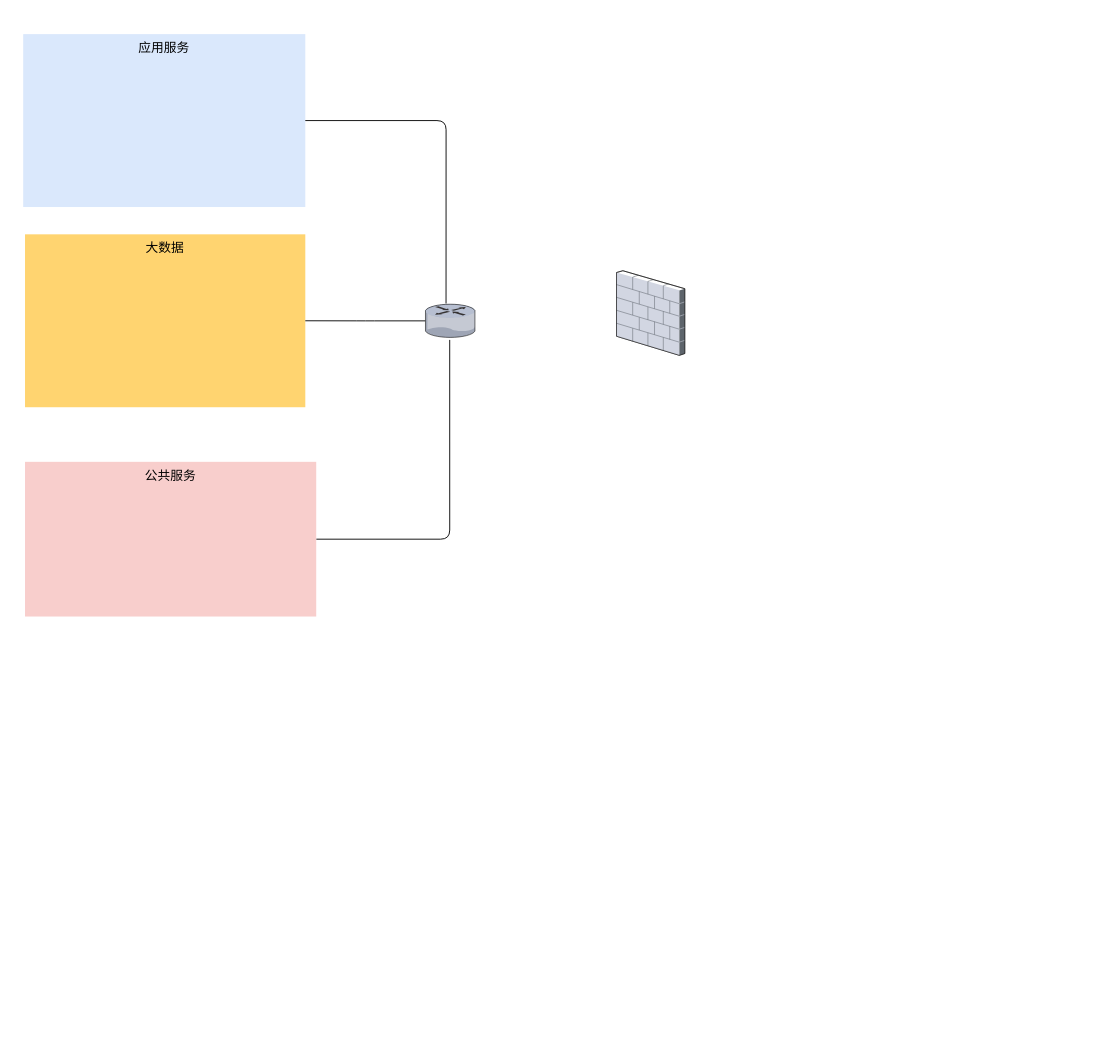
Before: flow/天仪服务器分布架构图.drawio in jijiajia19/draw.io.cache, a draw.io diagram. Source tidied: cells renumbered, new cells numbered last; positions are measured from the earlier drawing's top-left corner, leaving out a move shared by most shapes. Both pictures are drawn from the tidied source at 91%, with x=0, y=0 at pixel (23, 34). Pictures stored in the file or linked from it are replaced by grey dashed boxes.
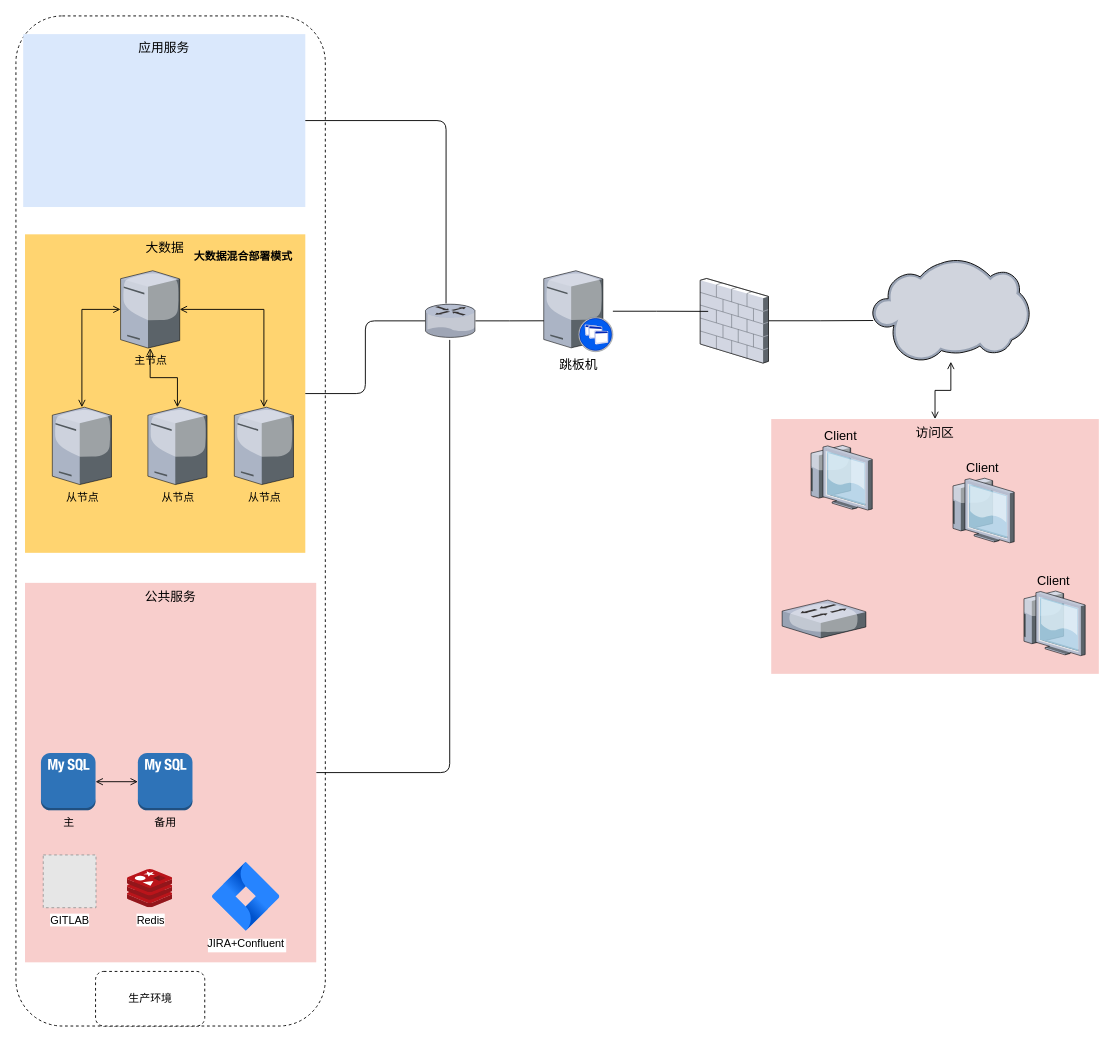
After the change.

Commit message (it also covers changes not shown here):
更新天仪服务器分布架构图.drawio

Unchanged cells that the change refers to:
```xml
<mxCell id="6" style="verticalLabelPosition=bottom;html=1;verticalAlign=top;strokeColor=none;shape=mxgraph.citrix.router;fillColor=#66B2FF;gradientColor=#0066CC;fontSize=14;" parent="1" vertex="1">
  <mxGeometry x="442" y="296.8" width="55" height="36.5" as="geometry" />
</mxCell>
```

The edit, as a diff of the source:
```diff
@@
+    <mxCell id="10" style="rounded=1;whiteSpace=wrap;html=1;dashed=1;" parent="1" vertex="1">
+      <mxGeometry x="-8" y="-20" width="340" height="1110" as="geometry" />
+    </mxCell>
     <mxCell id="2" value="大数据" style="whiteSpace=wrap;html=1;fillColor=#FFD470;gradientColor=none;fontSize=14;strokeColor=none;verticalAlign=top;" parent="1" vertex="1">
-      <mxGeometry x="2" y="220" width="308" height="190" as="geometry" />
+      <mxGeometry x="2" y="220" width="308" height="350" as="geometry" />
     </mxCell>
@@
+    <mxCell id="11" style="edgeStyle=orthogonalEdgeStyle;rounded=0;jettySize=auto;html=1;entryX=0.145;entryY=0.618;entryDx=0;entryDy=0;entryPerimeter=0;" parent="1" edge="1" source="6" target="14">
+      <mxGeometry relative="1" as="geometry" />
+    </mxCell>
@@
     <mxCell id="8" value="公共服务" style="whiteSpace=wrap;html=1;fillColor=#f8cecc;fontSize=14;strokeColor=none;verticalAlign=top;" parent="1" vertex="1">
-      <mxGeometry x="2" y="470" width="320" height="170" as="geometry" />
+      <mxGeometry x="2" y="603" width="320" height="417" as="geometry" />
     </mxCell>
+    <mxCell id="12" style="edgeStyle=orthogonalEdgeStyle;rounded=0;jettySize=auto;html=1;entryX=0.018;entryY=0.491;entryDx=0;entryDy=0;entryPerimeter=0;endArrow=none;endFill=0;" parent="1" edge="1" source="9">
+      <mxGeometry relative="1" as="geometry">
+        <mxPoint x="934" y="314.7" as="targetPoint" />
+      </mxGeometry>
+    </mxCell>
     <mxCell id="9" style="verticalLabelPosition=bottom;html=1;verticalAlign=top;strokeColor=none;shape=mxgraph.citrix.firewall;fillColor=#66B2FF;gradientColor=#0066CC;fontSize=14;" parent="1" vertex="1">
-      <mxGeometry x="652" y="260" width="75" height="93" as="geometry" />
+      <mxGeometry x="744" y="268.5" width="75" height="93" as="geometry" />
     </mxCell>
+    <mxCell id="13" style="edgeStyle=orthogonalEdgeStyle;rounded=0;jettySize=auto;html=1;entryX=0.116;entryY=0.389;entryDx=0;entryDy=0;entryPerimeter=0;endArrow=none;endFill=0;" parent="1" edge="1" source="14" target="9">
+      <mxGeometry relative="1" as="geometry" />
+    </mxCell>
+    <mxCell id="14" value="跳板机" style="verticalLabelPosition=bottom;html=1;verticalAlign=top;strokeColor=none;shape=mxgraph.citrix.xenapp_server;fillColor=#66B2FF;gradientColor=#0066CC;fontSize=14;" parent="1" vertex="1">
+      <mxGeometry x="572" y="260" width="76" height="89" as="geometry" />
+    </mxCell>
+    <mxCell id="15" value="访问区" style="whiteSpace=wrap;html=1;fillColor=#f8cecc;fontSize=14;strokeColor=none;verticalAlign=top;" parent="1" vertex="1">
+      <mxGeometry x="822" y="423" width="360" height="280" as="geometry" />
+    </mxCell>
+    <mxCell id="16" style="verticalLabelPosition=bottom;html=1;verticalAlign=top;strokeColor=none;shape=mxgraph.citrix.switch;fillColor=#66B2FF;gradientColor=#0066CC;fontSize=14;" parent="1" vertex="1">
+      <mxGeometry x="834" y="622" width="92" height="41.5" as="geometry" />
+    </mxCell>
+    <mxCell id="17" value="Client" style="verticalLabelPosition=top;html=1;verticalAlign=bottom;strokeColor=none;shape=mxgraph.citrix.thin_client;fillColor=#66B2FF;gradientColor=#0066CC;fontSize=14;labelPosition=center;align=center;" parent="1" vertex="1">
+      <mxGeometry x="1096" y="612" width="71" height="71" as="geometry" />
+    </mxCell>
+    <mxCell id="18" value="Client" style="verticalLabelPosition=top;html=1;verticalAlign=bottom;strokeColor=none;shape=mxgraph.citrix.thin_client;fillColor=#66B2FF;gradientColor=#0066CC;fontSize=14;labelPosition=center;align=center;" parent="1" vertex="1">
+      <mxGeometry x="1018" y="488" width="71" height="71" as="geometry" />
+    </mxCell>
+    <mxCell id="19" value="Client" style="verticalLabelPosition=top;html=1;verticalAlign=bottom;strokeColor=none;shape=mxgraph.citrix.thin_client;fillColor=#66B2FF;gradientColor=#0066CC;fontSize=14;labelPosition=center;align=center;" parent="1" vertex="1">
+      <mxGeometry x="862" y="452" width="71" height="71" as="geometry" />
+    </mxCell>
+    <mxCell id="20" style="edgeStyle=orthogonalEdgeStyle;rounded=0;jettySize=auto;html=1;startArrow=open;startFill=0;endArrow=open;endFill=0;" parent="1" edge="1" source="21" target="15">
+      <mxGeometry relative="1" as="geometry" />
+    </mxCell>
+    <mxCell id="21" style="verticalLabelPosition=bottom;sketch=0;html=1;verticalAlign=top;strokeColor=none;align=center;outlineConnect=0;shape=mxgraph.citrix.cloud;" parent="1" vertex="1">
+      <mxGeometry x="933" y="247.2" width="172.8" height="112.8" as="geometry" />
+    </mxCell>
+    <mxCell id="22" style="edgeStyle=orthogonalEdgeStyle;rounded=0;jettySize=auto;html=1;startArrow=open;startFill=0;endArrow=open;endFill=0;" parent="1" edge="1" source="25" target="26">
+      <mxGeometry relative="1" as="geometry" />
+    </mxCell>
+    <mxCell id="23" style="edgeStyle=orthogonalEdgeStyle;rounded=0;jettySize=auto;html=1;startArrow=open;startFill=0;endArrow=open;endFill=0;" parent="1" edge="1" source="25" target="27">
+      <mxGeometry relative="1" as="geometry" />
+    </mxCell>
+    <mxCell id="24" style="edgeStyle=orthogonalEdgeStyle;rounded=0;jettySize=auto;html=1;startArrow=open;startFill=0;endArrow=open;endFill=0;" parent="1" edge="1" source="25" target="28">
+      <mxGeometry relative="1" as="geometry" />
+    </mxCell>
+    <mxCell id="25" value="主节点" style="verticalLabelPosition=bottom;sketch=0;html=1;verticalAlign=top;strokeColor=none;align=center;outlineConnect=0;shape=mxgraph.citrix.tower_server;" parent="1" vertex="1">
+      <mxGeometry x="107" y="260" width="65" height="85" as="geometry" />
+    </mxCell>
+    <mxCell id="26" value="从节点" style="verticalLabelPosition=bottom;sketch=0;html=1;verticalAlign=top;strokeColor=none;align=center;outlineConnect=0;shape=mxgraph.citrix.tower_server;" parent="1" vertex="1">
+      <mxGeometry x="32" y="410" width="65" height="85" as="geometry" />
+    </mxCell>
+    <mxCell id="27" value="从节点" style="verticalLabelPosition=bottom;sketch=0;html=1;verticalAlign=top;strokeColor=none;align=center;outlineConnect=0;shape=mxgraph.citrix.tower_server;" parent="1" vertex="1">
+      <mxGeometry x="137" y="410" width="65" height="85" as="geometry" />
+    </mxCell>
+    <mxCell id="28" value="从节点" style="verticalLabelPosition=bottom;sketch=0;html=1;verticalAlign=top;strokeColor=none;align=center;outlineConnect=0;shape=mxgraph.citrix.tower_server;" parent="1" vertex="1">
+      <mxGeometry x="232" y="410" width="65" height="85" as="geometry" />
+    </mxCell>
+    <mxCell id="29" value="&lt;b&gt;大数据混合部署模式&lt;/b&gt;" style="text;html=1;strokeColor=none;fillColor=none;align=center;verticalAlign=middle;whiteSpace=wrap;rounded=0;" parent="1" vertex="1">
+      <mxGeometry x="182" y="230" width="120" height="30" as="geometry" />
+    </mxCell>
+    <mxCell id="30" value="生产环境" style="rounded=1;whiteSpace=wrap;html=1;dashed=1;" parent="1" vertex="1">
+      <mxGeometry x="79.5" y="1030" width="120" height="60" as="geometry" />
+    </mxCell>
+    <mxCell id="31" value="Redis" style="sketch=0;html=1;align=center;image;fontSize=12;image=img/lib/mscae/Cache_Redis_Product.svg;dashed=1;" parent="1" vertex="1">
+      <mxGeometry x="114.5" y="918" width="50" height="42" as="geometry" />
+    </mxCell>
+    <mxCell id="32" value="GITLAB" style="fillColor=#E6E6E6;strokeColor=#999999;dashed=1;html=1;verticalAlign=top;verticalLabelPosition=bottom;labelBackgroundColor=#ffffff;" parent="1" vertex="1">
+      <mxGeometry x="22" y="902" width="58" height="58" as="geometry" />
+    </mxCell>
+    <mxCell id="33" value="JIRA+Confluent" style="image;image=img/lib/atlassian/Jira_Software_Logo.svg;dashed=1;" parent="1" vertex="1">
+      <mxGeometry x="208" y="910" width="74" height="76" as="geometry" />
+    </mxCell>
+    <mxCell id="34" style="edgeStyle=orthogonalEdgeStyle;rounded=0;jettySize=auto;html=1;startArrow=open;startFill=0;endArrow=open;endFill=0;" parent="1" edge="1" source="35" target="36">
+      <mxGeometry relative="1" as="geometry" />
+    </mxCell>
+    <mxCell id="35" value="主" style="outlineConnect=0;dashed=0;verticalLabelPosition=bottom;verticalAlign=top;align=center;html=1;shape=mxgraph.aws3.mysql_db_instance_2;fillColor=#2E73B8;gradientColor=none;" parent="1" vertex="1">
+      <mxGeometry x="19.5" y="790" width="60" height="63" as="geometry" />
+    </mxCell>
+    <mxCell id="36" value="备用" style="outlineConnect=0;dashed=0;verticalLabelPosition=bottom;verticalAlign=top;align=center;html=1;shape=mxgraph.aws3.mysql_db_instance_2;fillColor=#2E73B8;gradientColor=none;" parent="1" vertex="1">
+      <mxGeometry x="126" y="790" width="60" height="63" as="geometry" />
+    </mxCell>
```
